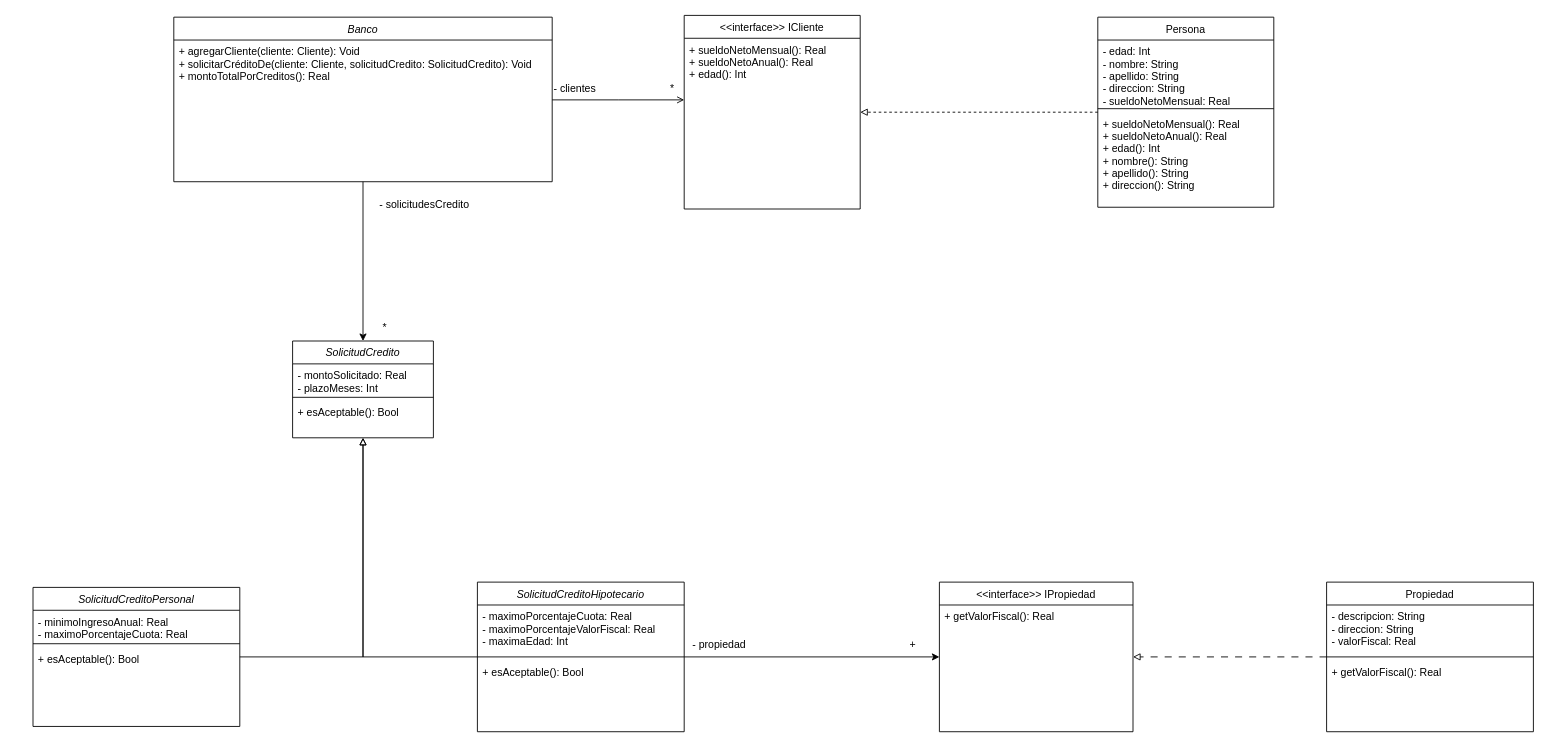
The draw.io diagram diagramasUML/TP6 - Banco.drawio in tachylab/unqui-po2-barigelli, before the edit. Source tidied: cells renumbered, new cells numbered last; positions are measured from the earlier drawing's top-left corner, leaving out a move shared by most shapes. Both pictures are drawn from the tidied source at 88%, with x=0, y=0 at pixel (33, 15).
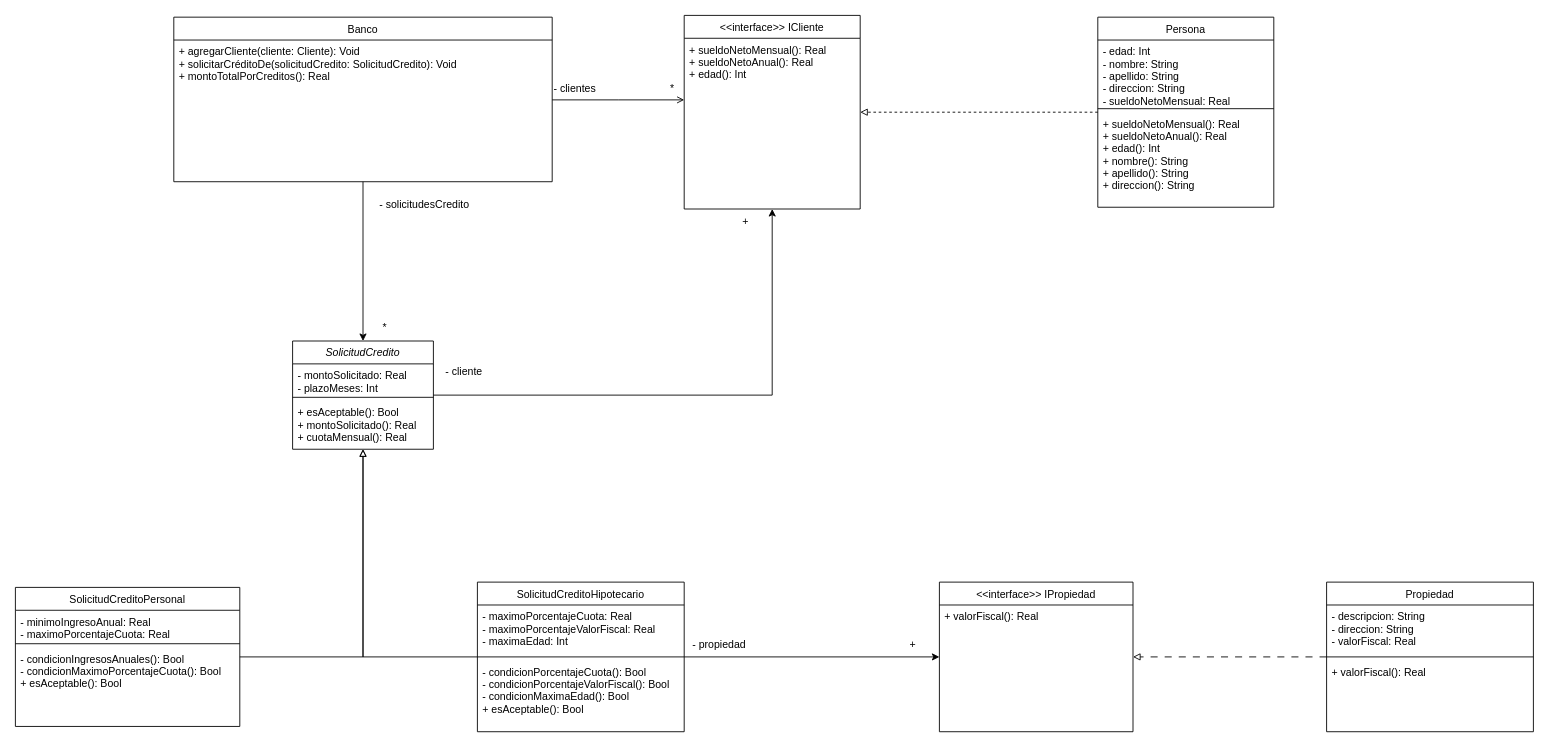
Above is the later version.

The change refers to these unchanged cells:
```xml
<mxCell id="5" value="&lt;&lt;interface&gt;&gt; ICliente" style="swimlane;fontStyle=0;align=center;verticalAlign=top;horizontal=1;startSize=26;rounded=0;shadow=0;strokeWidth=1;" parent="1" vertex="1">
  <mxGeometry x="740" width="200" height="220" as="geometry" />
</mxCell>
<mxCell id="33" value="Propiedad" style="swimlane;fontStyle=0;align=center;verticalAlign=top;horizontal=1;startSize=26;rounded=0;shadow=0;strokeWidth=1;" parent="1" vertex="1">
  <mxGeometry x="1470" y="644" width="235" height="170" as="geometry" />
</mxCell>
<mxCell id="39" value="&lt;&lt;interface&gt;&gt; IPropiedad" style="swimlane;fontStyle=0;align=center;verticalAlign=top;horizontal=1;startSize=26;rounded=0;shadow=0;strokeWidth=1;" parent="1" vertex="1">
  <mxGeometry x="1030" y="644" width="220" height="170" as="geometry" />
</mxCell>
```

What changed in the source:
```diff
@@
-    <mxCell id="3" value="Banco" style="swimlane;fontStyle=2;align=center;verticalAlign=top;horizontal=1;startSize=26;rounded=0;shadow=0;strokeWidth=1;" parent="1" vertex="1">
+    <mxCell id="3" value="Banco" style="swimlane;fontStyle=0;align=center;verticalAlign=top;horizontal=1;startSize=26;rounded=0;shadow=0;strokeWidth=1;" parent="1" vertex="1">
       <mxGeometry x="160" y="2" width="430" height="187" as="geometry" />
     </mxCell>
-    <mxCell id="4" value="+ agregarCliente(cliente: Cliente): Void&#10;+ solicitarCréditoDe(cliente: Cliente, solicitudCredito: SolicitudCredito): Void&#10;+ montoTotalPorCreditos(): Real&#10;&#10;&#10;" style="text;align=left;verticalAlign=top;spacingLeft=4;spacingRight=4;overflow=hidden;" parent="3" vertex="1">
+    <mxCell id="4" value="+ agregarCliente(cliente: Cliente): Void&#10;+ solicitarCréditoDe(solicitudCredito: SolicitudCredito): Void&#10;+ montoTotalPorCreditos(): Real&#10;&#10;&#10;" style="text;align=left;verticalAlign=top;spacingLeft=4;spacingRight=4;overflow=hidden;" parent="3" vertex="1">
       <mxGeometry y="26" width="430" height="158" as="geometry" />
     </mxCell>
@@
+    <mxCell id="41" style="edgeStyle=orthogonalEdgeStyle;rounded=0;jettySize=auto;html=1;entryX=0.5;entryY=1;entryDx=0;entryDy=0;" parent="1" edge="1" source="10" target="5">
+      <mxGeometry relative="1" as="geometry" />
+    </mxCell>
     <mxCell id="10" value="SolicitudCredito" style="swimlane;fontStyle=2;align=center;verticalAlign=top;horizontal=1;startSize=26;rounded=0;shadow=0;strokeWidth=1;" parent="1" vertex="1">
-      <mxGeometry x="295" y="370" width="160" height="110" as="geometry" />
+      <mxGeometry x="295" y="370" width="160" height="123" as="geometry" />
     </mxCell>
@@
-    <mxCell id="13" value="+ esAceptable(): Bool" style="text;align=left;verticalAlign=top;spacingLeft=4;spacingRight=4;overflow=hidden;" parent="10" vertex="1">
-      <mxGeometry y="68" width="160" height="26" as="geometry" />
+    <mxCell id="13" value="+ esAceptable(): Bool&#10;+ montoSolicitado(): Real&#10;+ cuotaMensual(): Real" style="text;align=left;verticalAlign=top;spacingLeft=4;spacingRight=4;overflow=hidden;" parent="10" vertex="1">
+      <mxGeometry y="68" width="160" height="55" as="geometry" />
     </mxCell>
@@
-    <mxCell id="22" value="SolicitudCreditoPersonal" style="swimlane;fontStyle=2;align=center;verticalAlign=top;horizontal=1;startSize=26;rounded=0;shadow=0;strokeWidth=1;" parent="1" vertex="1">
-      <mxGeometry y="650" width="235" height="158" as="geometry" />
+    <mxCell id="22" value="SolicitudCreditoPersonal" style="swimlane;fontStyle=0;align=center;verticalAlign=top;horizontal=1;startSize=26;rounded=0;shadow=0;strokeWidth=1;" parent="1" vertex="1">
+      <mxGeometry x="-20" y="650" width="255" height="158" as="geometry" />
     </mxCell>
     <mxCell id="23" value="- minimoIngresoAnual: Real&#10;- maximoPorcentajeCuota: Real" style="text;align=left;verticalAlign=top;spacingLeft=4;spacingRight=4;overflow=hidden;rounded=0;shadow=0;html=0;" parent="22" vertex="1">
-      <mxGeometry y="26" width="235" height="34" as="geometry" />
+      <mxGeometry y="26" width="255" height="34" as="geometry" />
     </mxCell>
     <mxCell id="24" style="line;html=1;strokeWidth=1;align=left;verticalAlign=middle;spacingTop=-1;spacingLeft=3;spacingRight=3;labelPosition=right;" parent="22" vertex="1">
-      <mxGeometry y="60" width="235" height="8" as="geometry" />
+      <mxGeometry y="60" width="255" height="8" as="geometry" />
     </mxCell>
-    <mxCell id="25" value="+ esAceptable(): Bool" style="text;align=left;verticalAlign=top;spacingLeft=4;spacingRight=4;overflow=hidden;" parent="22" vertex="1">
-      <mxGeometry y="68" width="235" height="90" as="geometry" />
+    <mxCell id="25" value="- condicionIngresosAnuales(): Bool&#10;- condicionMaximoPorcentajeCuota(): Bool&#10;+ esAceptable(): Bool" style="text;align=left;verticalAlign=top;spacingLeft=4;spacingRight=4;overflow=hidden;" parent="22" vertex="1">
+      <mxGeometry y="68" width="255" height="90" as="geometry" />
     </mxCell>
@@
-    <mxCell id="28" value="SolicitudCreditoHipotecario" style="swimlane;fontStyle=2;align=center;verticalAlign=top;horizontal=1;startSize=26;rounded=0;shadow=0;strokeWidth=1;" parent="1" vertex="1">
+    <mxCell id="28" value="SolicitudCreditoHipotecario" style="swimlane;fontStyle=0;align=center;verticalAlign=top;horizontal=1;startSize=26;rounded=0;shadow=0;strokeWidth=1;" parent="1" vertex="1">
       <mxGeometry x="505" y="644" width="235" height="170" as="geometry" />
     </mxCell>
@@
-    <mxCell id="31" value="+ esAceptable(): Bool" style="text;align=left;verticalAlign=top;spacingLeft=4;spacingRight=4;overflow=hidden;" parent="28" vertex="1">
-      <mxGeometry y="89" width="235" height="26" as="geometry" />
+    <mxCell id="31" value="- condicionPorcentajeCuota(): Bool&#10;- condicionPorcentajeValorFiscal(): Bool&#10;- condicionMaximaEdad(): Bool&#10;+ esAceptable(): Bool" style="text;align=left;verticalAlign=top;spacingLeft=4;spacingRight=4;overflow=hidden;" parent="28" vertex="1">
+      <mxGeometry y="89" width="235" height="81" as="geometry" />
     </mxCell>
@@
-    <mxCell id="36" value="+ getValorFiscal(): Real" style="text;align=left;verticalAlign=top;spacingLeft=4;spacingRight=4;overflow=hidden;" parent="33" vertex="1">
+    <mxCell id="36" value="+ valorFiscal(): Real" style="text;align=left;verticalAlign=top;spacingLeft=4;spacingRight=4;overflow=hidden;" parent="33" vertex="1">
       <mxGeometry y="89" width="235" height="26" as="geometry" />
     </mxCell>
@@
-    <mxCell id="40" value="+ getValorFiscal(): Real" style="text;align=left;verticalAlign=top;spacingLeft=4;spacingRight=4;overflow=hidden;" parent="39" vertex="1">
+    <mxCell id="40" value="+ valorFiscal(): Real" style="text;align=left;verticalAlign=top;spacingLeft=4;spacingRight=4;overflow=hidden;" parent="39" vertex="1">
       <mxGeometry y="26" width="220" height="26" as="geometry" />
     </mxCell>
+    <mxCell id="42" value="- cliente" style="text;html=1;whiteSpace=wrap;strokeColor=none;fillColor=none;align=center;verticalAlign=middle;rounded=0;" parent="1" vertex="1">
+      <mxGeometry x="460" y="390" width="60" height="30" as="geometry" />
+    </mxCell>
+    <mxCell id="43" value="+" style="text;html=1;whiteSpace=wrap;strokeColor=none;fillColor=none;align=center;verticalAlign=middle;rounded=0;" parent="1" vertex="1">
+      <mxGeometry x="780" y="220" width="60" height="30" as="geometry" />
+    </mxCell>
```
